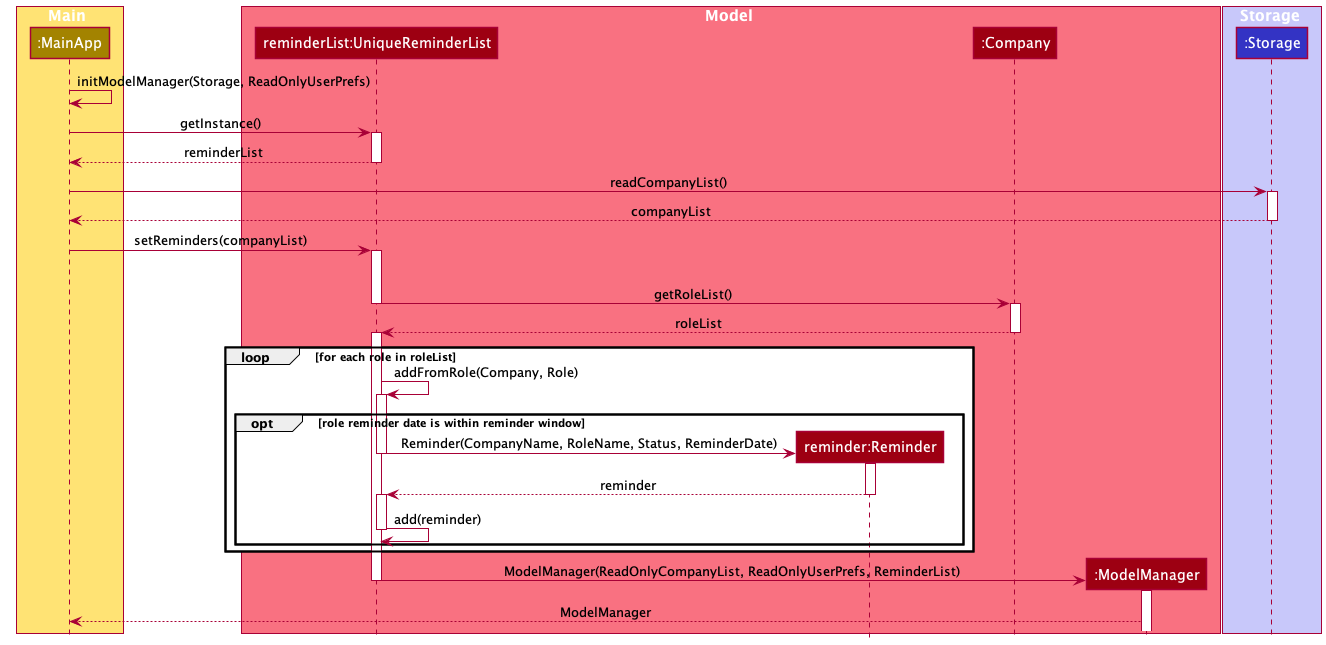
Before: docs/images/ReminderDiagram.png, a diagram exported from PlantUML (nus-cs2103-AY2122S2/tp). Source of this version:
```plantuml
@startuml
!include style.puml

box Main STORAGE_COLOR_T1

participant ":MainApp" as MainApp STORAGE_COLOR
end box



box Model MODEL_COLOR_T1
participant "reminderList:UniqueReminderList" as UniqueReminderList MODEL_COLOR
participant "reminder:Reminder" as Reminder MODEL_COLOR
participant ":Company" as Company MODEL_COLOR
participant ":ModelManager" as ModelManager MODEL_COLOR
end box

box Storage LOGIC_COLOR_T1
participant ":Storage" as Storage LOGIC_COLOR
end box

MainApp -> MainApp : initModelManager(Storage, ReadOnlyUserPrefs)

MainApp -> UniqueReminderList : getInstance()
activate UniqueReminderList

UniqueReminderList --> MainApp : reminderList
deactivate UniqueReminderList


MainApp -> Storage : readCompanyList()
activate Storage
Storage --> MainApp : companyList
deactivate Storage

MainApp -> UniqueReminderList : setReminders(companyList)
activate UniqueReminderList

loop for each company in companyList
UniqueReminderList -> Company :getRoleList()
deactivate UniqueReminderList
activate Company

Company --> UniqueReminderList : roleList
deactivate Company
activate UniqueReminderList
loop for each role in roleList
UniqueReminderList -> UniqueReminderList : addFromRole(Company, Role)
activate UniqueReminderList
opt role reminder date is within reminder window
create Reminder
UniqueReminderList -> Reminder : Reminder(CompanyName, RoleName, Status, ReminderDate)
activate Reminder
deactivate UniqueReminderList
Reminder --> UniqueReminderList : reminder
deactivate Reminder

activate UniqueReminderList
UniqueReminderList -> UniqueReminderList : add(reminder)
deactivate UniqueReminderList

end
end

create ModelManager
UniqueReminderList -> ModelManager :ModelManager(ReadOnlyCompanyList, ReadOnlyUserPrefs, ReminderList)
activate ModelManager
deactivate UniqueReminderList
ModelManager --> MainApp :ModelManager












@enduml
```
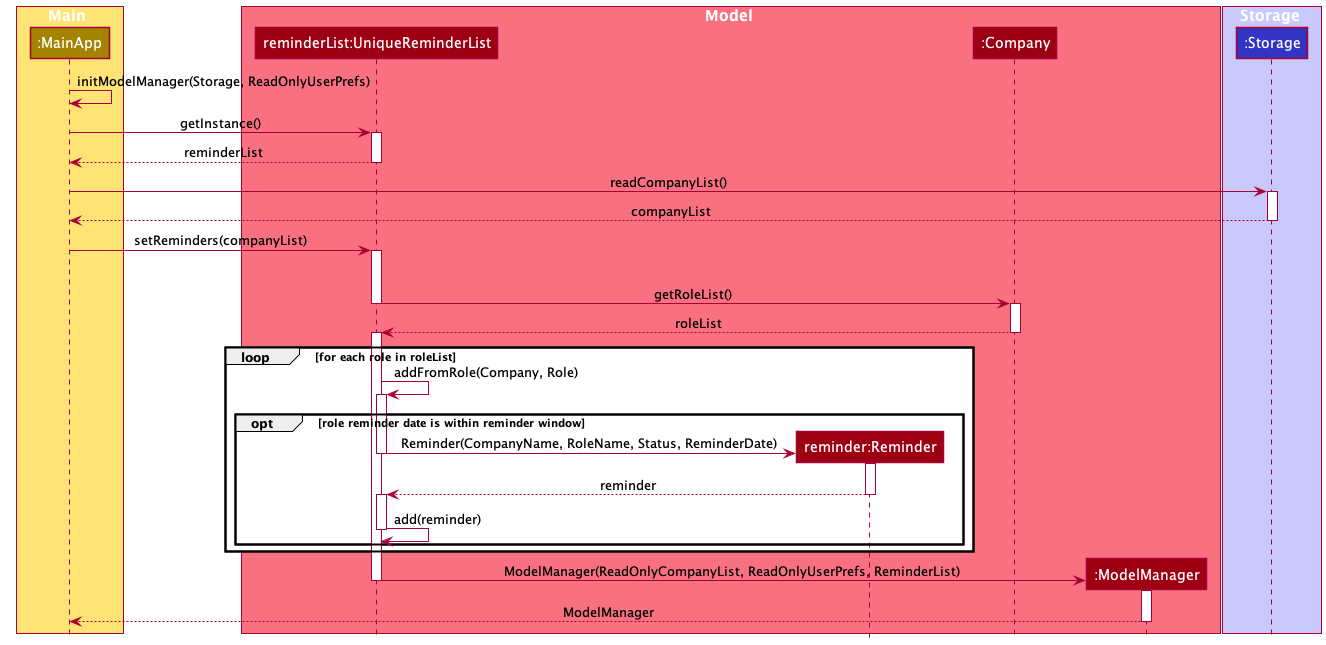
Later version of the same file.

Commit message:
Fix sequence diagram

The edit, as a diff of the source:
```diff
@@ -5,8 +5,6 @@
 
 participant ":MainApp" as MainApp STORAGE_COLOR
 end box
-
-
 
 box Model MODEL_COLOR_T1
 participant "reminderList:UniqueReminderList" as UniqueReminderList MODEL_COLOR
@@ -67,16 +65,6 @@
 activate ModelManager
 deactivate UniqueReminderList
 ModelManager --> MainApp :ModelManager
-
-
-
-
-
-
-
-
-
-
-
+deactivate ModelManager
 
 @enduml
```
